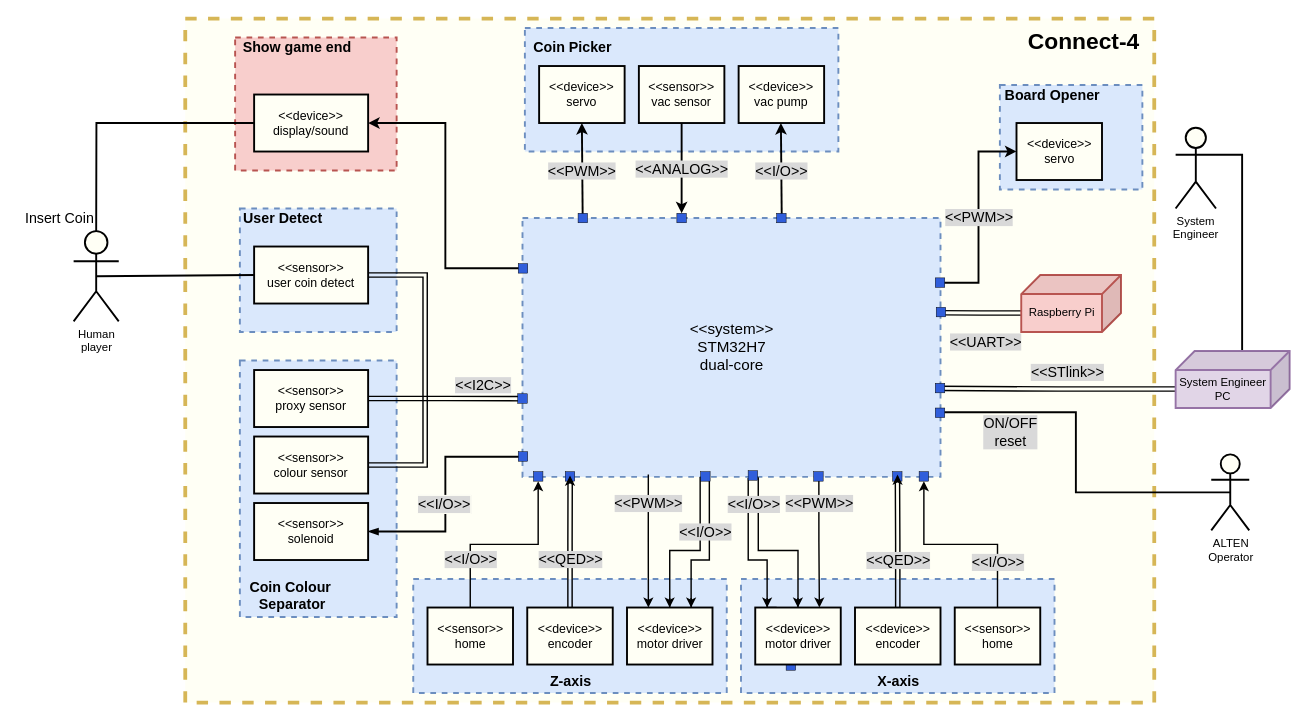
Earlier version of the draw.io diagram 4. Diagrams/System/block-diagram-connect4.drawio (BorIvanov/Documents). Source tidied: cells renumbered, new cells numbered last; positions are measured from the earlier drawing's top-left corner, leaving out a move shared by most shapes. Both pictures are drawn from the tidied source at 95%, with x=0, y=0 at pixel (16, 18).
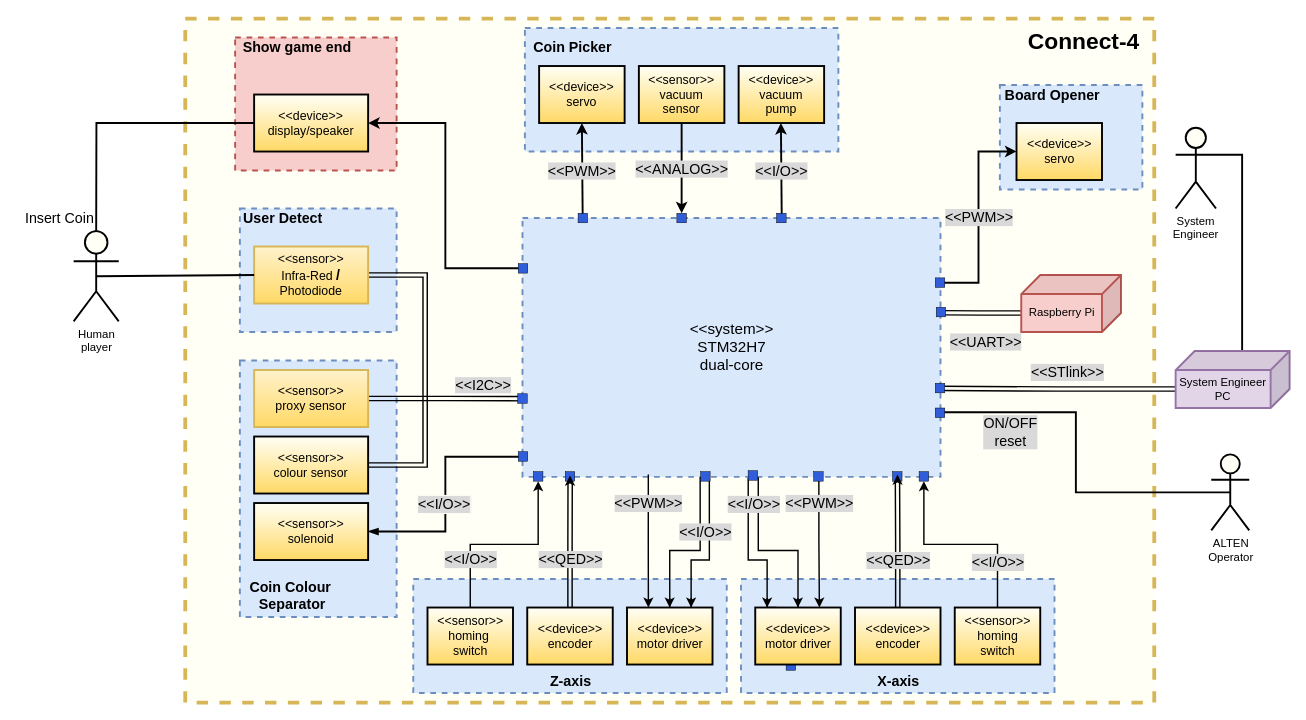
The same diagram, later.

Commit message (it also covers changes not shown here):
various updates on GR and figures

Change to the diagram source:
```diff
@@
-    <mxCell id="16" value="&amp;lt;&amp;lt;device&amp;gt;&amp;gt;&lt;br&gt;display/sound" style="rounded=0;whiteSpace=wrap;html=1;fontSize=13;fontColor=none;strokeWidth=2;fillColor=#FFFFF5;gradientColor=none;" parent="1" vertex="1">
+    <mxCell id="16" value="&amp;lt;&amp;lt;device&amp;gt;&amp;gt;&lt;br&gt;display/speaker" style="rounded=0;whiteSpace=wrap;html=1;fontSize=13;fontColor=none;strokeWidth=2;fillColor=#FFFFF5;gradientColor=#FFD966;" parent="1" vertex="1">
       <mxGeometry x="250" y="80" width="120" height="60" as="geometry" />
     </mxCell>
@@
-    <mxCell id="21" value="&amp;lt;&amp;lt;device&amp;gt;&amp;gt;&lt;br&gt;servo" style="rounded=0;whiteSpace=wrap;html=1;fontSize=13;fontColor=none;strokeWidth=2;fillColor=#FFFFF5;gradientColor=none;" parent="1" vertex="1">
+    <mxCell id="21" value="&amp;lt;&amp;lt;device&amp;gt;&amp;gt;&lt;br&gt;servo" style="rounded=0;whiteSpace=wrap;html=1;fontSize=13;fontColor=none;strokeWidth=2;fillColor=#FFFFF5;gradientColor=#FFD966;" parent="1" vertex="1">
       <mxGeometry x="550" y="50" width="90" height="60" as="geometry" />
     </mxCell>
@@
-    <mxCell id="23" value="&amp;lt;&amp;lt;sensor&amp;gt;&amp;gt;&lt;br&gt;vac sensor" style="rounded=0;whiteSpace=wrap;html=1;fontSize=13;fontColor=none;strokeWidth=2;fillColor=#FFFFF5;gradientColor=none;" parent="1" vertex="1">
+    <mxCell id="23" value="&amp;lt;&amp;lt;sensor&amp;gt;&amp;gt;&lt;br&gt;vacuum&lt;br&gt;sensor" style="rounded=0;whiteSpace=wrap;html=1;fontSize=13;fontColor=none;strokeWidth=2;fillColor=#FFFFF5;gradientColor=#FFD966;" parent="1" vertex="1">
       <mxGeometry x="655" y="50" width="90" height="60" as="geometry" />
     </mxCell>
-    <mxCell id="24" value="&amp;lt;&amp;lt;device&amp;gt;&amp;gt;&lt;br&gt;vac pump" style="rounded=0;whiteSpace=wrap;html=1;fontSize=13;fontColor=none;strokeWidth=2;fillColor=#FFFFF5;gradientColor=none;" parent="1" vertex="1">
+    <mxCell id="24" value="&amp;lt;&amp;lt;device&amp;gt;&amp;gt;&lt;br&gt;vacuum&lt;br&gt;pump" style="rounded=0;whiteSpace=wrap;html=1;fontSize=13;fontColor=none;strokeWidth=2;fillColor=#FFFFF5;gradientColor=#FFD966;" parent="1" vertex="1">
       <mxGeometry x="760" y="50" width="90" height="60" as="geometry" />
     </mxCell>
@@
-    <mxCell id="29" value="&amp;lt;&amp;lt;sensor&amp;gt;&amp;gt;&lt;br&gt;home" style="rounded=0;whiteSpace=wrap;html=1;fontSize=13;fontColor=none;strokeWidth=2;fillColor=#FFFFF5;gradientColor=none;" parent="1" vertex="1">
+    <mxCell id="29" value="&amp;lt;&amp;lt;sensor&amp;gt;&amp;gt;&lt;br&gt;homing&amp;nbsp;&lt;br&gt;switch" style="rounded=0;whiteSpace=wrap;html=1;fontSize=13;fontColor=none;strokeWidth=2;fillColor=#FFFFF5;gradientColor=#FFD966;" parent="1" vertex="1">
       <mxGeometry x="432.5" y="620" width="90" height="60" as="geometry" />
     </mxCell>
@@
-    <mxCell id="31" value="&amp;lt;&amp;lt;device&amp;gt;&amp;gt;&lt;br&gt;encoder" style="rounded=0;whiteSpace=wrap;html=1;fontSize=13;fontColor=none;strokeWidth=2;fillColor=#FFFFF5;gradientColor=none;" parent="1" vertex="1">
+    <mxCell id="31" value="&amp;lt;&amp;lt;device&amp;gt;&amp;gt;&lt;br&gt;encoder" style="rounded=0;whiteSpace=wrap;html=1;fontSize=13;fontColor=none;strokeWidth=2;fillColor=#FFFFF5;gradientColor=#FFD966;" parent="1" vertex="1">
       <mxGeometry x="537.5" y="620" width="90" height="60" as="geometry" />
     </mxCell>
@@
-    <mxCell id="35" value="&amp;lt;&amp;lt;device&amp;gt;&amp;gt;&lt;br&gt;motor driver" style="rounded=0;whiteSpace=wrap;html=1;fontSize=13;fontColor=none;strokeWidth=2;fillColor=#FFFFF5;gradientColor=none;" parent="1" vertex="1">
+    <mxCell id="35" value="&amp;lt;&amp;lt;device&amp;gt;&amp;gt;&lt;br&gt;motor driver" style="rounded=0;whiteSpace=wrap;html=1;fontSize=13;fontColor=none;strokeWidth=2;fillColor=#FFFFF5;gradientColor=#FFD966;" parent="1" vertex="1">
       <mxGeometry x="642.5" y="620" width="90" height="60" as="geometry" />
     </mxCell>
@@
-    <mxCell id="37" value="&amp;lt;&amp;lt;sensor&amp;gt;&amp;gt;&lt;br&gt;home" style="rounded=0;whiteSpace=wrap;html=1;fontSize=13;fontColor=none;strokeWidth=2;fillColor=#FFFFF5;gradientColor=none;" parent="1" vertex="1">
+    <mxCell id="37" value="&amp;lt;&amp;lt;sensor&amp;gt;&amp;gt;&lt;br&gt;homing&lt;br&gt;switch" style="rounded=0;whiteSpace=wrap;html=1;fontSize=13;fontColor=none;strokeWidth=2;fillColor=#FFFFF5;gradientColor=#FFD966;" parent="1" vertex="1">
       <mxGeometry x="987.5" y="620" width="90" height="60" as="geometry" />
     </mxCell>
@@
-    <mxCell id="39" value="&amp;lt;&amp;lt;device&amp;gt;&amp;gt;&lt;br&gt;encoder" style="rounded=0;whiteSpace=wrap;html=1;fontSize=13;fontColor=none;strokeWidth=2;fillColor=#FFFFF5;gradientColor=none;" parent="1" vertex="1">
+    <mxCell id="39" value="&amp;lt;&amp;lt;device&amp;gt;&amp;gt;&lt;br&gt;encoder" style="rounded=0;whiteSpace=wrap;html=1;fontSize=13;fontColor=none;strokeWidth=2;fillColor=#FFFFF5;gradientColor=#FFD966;" parent="1" vertex="1">
       <mxGeometry x="882.5" y="620" width="90" height="60" as="geometry" />
     </mxCell>
@@
-    <mxCell id="43" value="&amp;lt;&amp;lt;device&amp;gt;&amp;gt;&lt;br&gt;motor driver" style="rounded=0;whiteSpace=wrap;html=1;fontSize=13;fontColor=none;strokeWidth=2;fillColor=#FFFFF5;gradientColor=none;" parent="1" vertex="1">
+    <mxCell id="43" value="&amp;lt;&amp;lt;device&amp;gt;&amp;gt;&lt;br&gt;motor driver" style="rounded=0;whiteSpace=wrap;html=1;fontSize=13;fontColor=none;strokeWidth=2;fillColor=#FFFFF5;gradientColor=#FFD966;" parent="1" vertex="1">
       <mxGeometry x="777.5" y="620" width="90" height="60" as="geometry" />
     </mxCell>
@@
-    <mxCell id="45" value="&amp;lt;&amp;lt;sensor&amp;gt;&amp;gt;&lt;br&gt;user coin detect" style="rounded=0;whiteSpace=wrap;html=1;fontSize=13;fontColor=none;strokeWidth=2;fillColor=#FFFFF5;gradientColor=none;" parent="1" vertex="1">
+    <mxCell id="45" value="&amp;lt;&amp;lt;sensor&amp;gt;&amp;gt;&lt;br&gt;Infra-Red &lt;b&gt;&lt;font style=&quot;font-size: 15px&quot;&gt;/&lt;/font&gt;&lt;/b&gt; Photodiode" style="rounded=0;whiteSpace=wrap;html=1;fontSize=13;strokeWidth=2;fillColor=#fff2cc;strokeColor=#d6b656;gradientColor=#FFD966;" parent="1" vertex="1">
       <mxGeometry x="250" y="240" width="120" height="60" as="geometry" />
     </mxCell>
@@
-    <mxCell id="49" value="&amp;lt;&amp;lt;sensor&amp;gt;&amp;gt;&lt;br&gt;proxy sensor" style="rounded=0;whiteSpace=wrap;html=1;fontSize=13;fontColor=none;strokeWidth=2;fillColor=#FFFFF5;gradientColor=none;" parent="1" vertex="1">
+    <mxCell id="49" value="&amp;lt;&amp;lt;sensor&amp;gt;&amp;gt;&lt;br&gt;proxy sensor" style="rounded=0;whiteSpace=wrap;html=1;fontSize=13;strokeWidth=2;fillColor=#fff2cc;strokeColor=#d6b656;gradientColor=#FFD966;" parent="1" vertex="1">
       <mxGeometry x="250" y="370" width="120" height="60" as="geometry" />
     </mxCell>
-    <mxCell id="50" value="&amp;lt;&amp;lt;sensor&amp;gt;&amp;gt;&lt;br&gt;colour sensor" style="rounded=0;whiteSpace=wrap;html=1;fontSize=13;fontColor=none;strokeWidth=2;fillColor=#FFFFF5;gradientColor=none;" parent="1" vertex="1">
+    <mxCell id="50" value="&amp;lt;&amp;lt;sensor&amp;gt;&amp;gt;&lt;br&gt;colour sensor" style="rounded=0;whiteSpace=wrap;html=1;fontSize=13;fontColor=none;strokeWidth=2;fillColor=#FFFFF5;gradientColor=#FFD966;" parent="1" vertex="1">
       <mxGeometry x="250" y="440" width="120" height="60" as="geometry" />
     </mxCell>
@@
-    <mxCell id="53" value="&amp;lt;&amp;lt;sensor&amp;gt;&amp;gt;&lt;br&gt;solenoid" style="rounded=0;whiteSpace=wrap;html=1;fontSize=13;fontColor=none;strokeWidth=2;fillColor=#FFFFF5;gradientColor=none;" parent="1" vertex="1">
+    <mxCell id="53" value="&amp;lt;&amp;lt;sensor&amp;gt;&amp;gt;&lt;br&gt;solenoid" style="rounded=0;whiteSpace=wrap;html=1;fontSize=13;fontColor=none;strokeWidth=2;fillColor=#FFFFF5;gradientColor=#FFD966;" parent="1" vertex="1">
       <mxGeometry x="250" y="510" width="120" height="60" as="geometry" />
     </mxCell>
@@
-    <mxCell id="55" value="&amp;lt;&amp;lt;device&amp;gt;&amp;gt;&lt;br&gt;servo" style="rounded=0;whiteSpace=wrap;html=1;fontSize=13;fontColor=none;strokeWidth=2;fillColor=#FFFFF5;gradientColor=none;" parent="1" vertex="1">
+    <mxCell id="55" value="&amp;lt;&amp;lt;device&amp;gt;&amp;gt;&lt;br&gt;servo" style="rounded=0;whiteSpace=wrap;html=1;fontSize=13;fontColor=none;strokeWidth=2;fillColor=#FFFFF5;gradientColor=#FFD966;" parent="1" vertex="1">
       <mxGeometry x="1052.5" y="110" width="90" height="60" as="geometry" />
     </mxCell>
```
